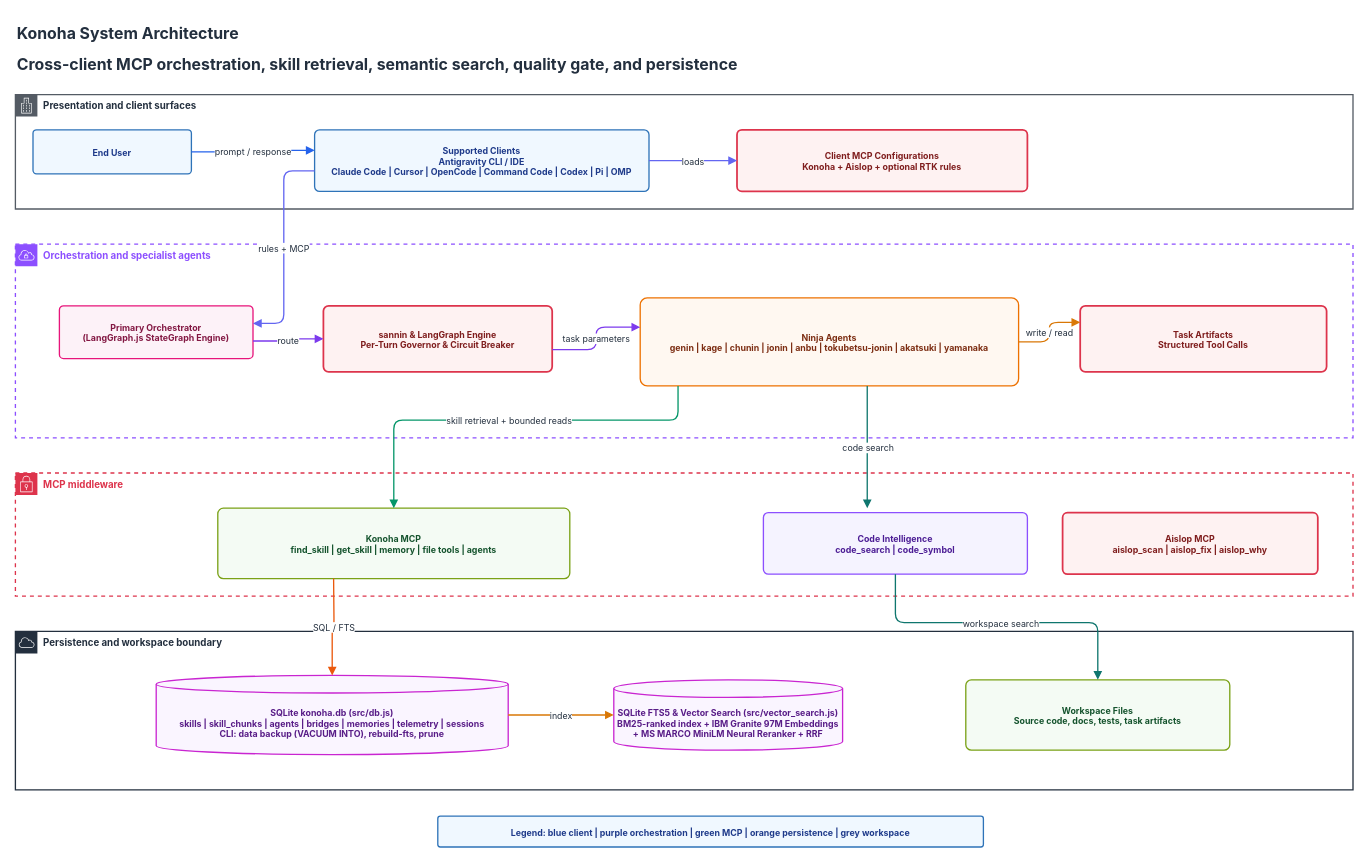
Above: page "01 System Architecture" (1 of 18) of docs/diagrams/konoha-infrastructure-architecture.drawio in andycungkrinx91/konoha (draw.io), before the change. Source tidied: cells renumbered, new cells numbered last; positions are measured from the earlier drawing's top-left corner, leaving out a move shared by most shapes. Both pictures are drawn from the tidied source at 88%, with x=0, y=0 at pixel (15, 15).
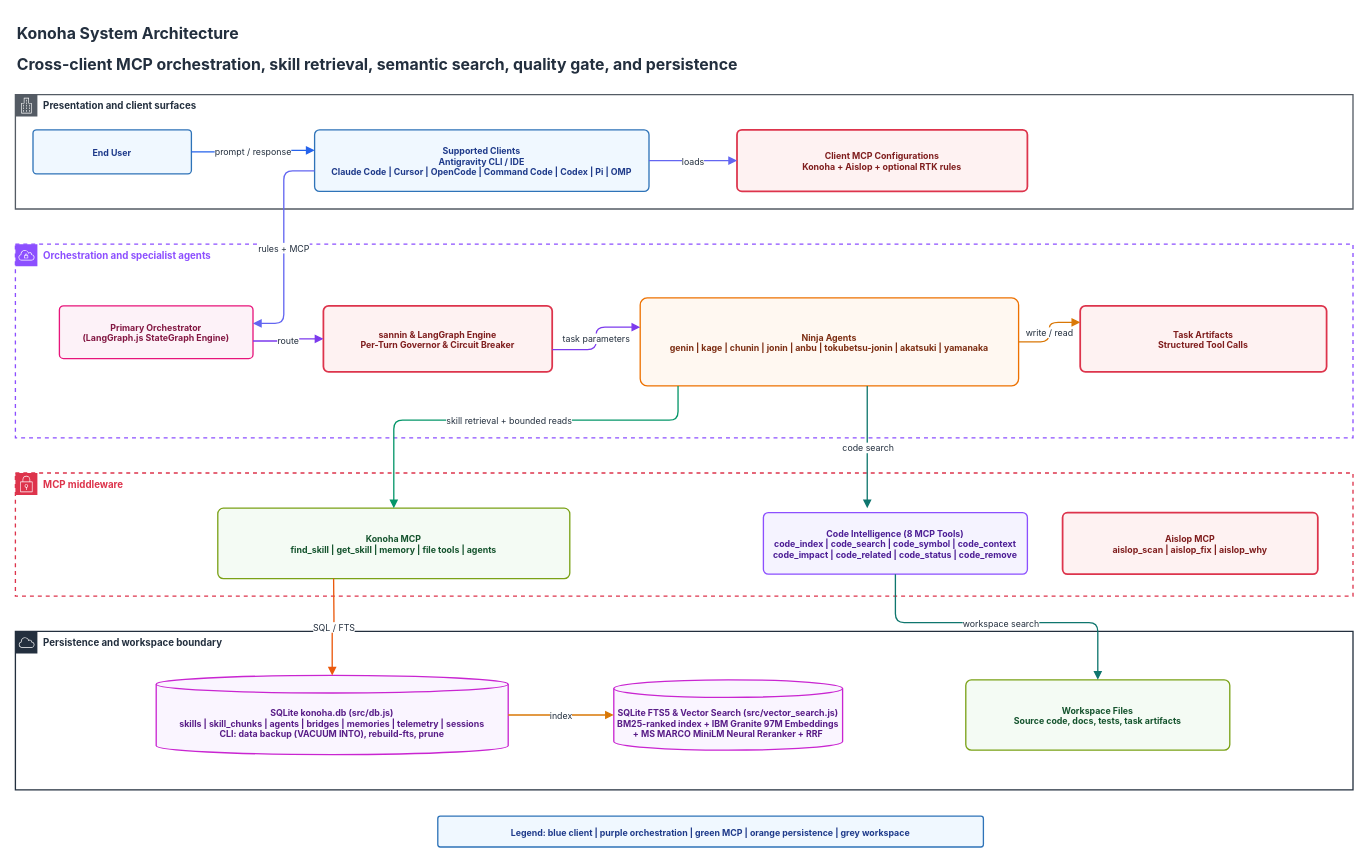
The same page after the edit.

The change refers to these unchanged cells:
```xml
<mxCell id="13" value="MCP middleware" style="shape=mxgraph.aws4.group;grIcon=mxgraph.aws4.group_security_group;strokeColor=#DD344C;fillColor=none;verticalAlign=top;align=left;spacingLeft=30;fontColor=#DD344C;dashed=1;strokeWidth=1.5;fontFamily=Inter, system-ui;fontSize=11;fontStyle=1;" parent="1" vertex="1">
  <mxGeometry y="520" width="1520" height="140" as="geometry" />
</mxCell>
```

Diff of the diagram source:
```diff
@@
-    <mxCell id="15" value="Code Intelligence&#10;code_search | code_symbol" style="rounded=1;arcSize=8;html=1;whiteSpace=wrap;fillColor=#F5F3FF;strokeColor=#8C4FFF;strokeWidth=1.5;fontFamily=Inter, system-ui, -apple-system;fontSize=10;fontColor=#4C1D95;fontStyle=1;shadow=0;" parent="13" vertex="1">
+    <mxCell id="15" value="Code Intelligence (8 MCP Tools)&#10;code_index | code_search | code_symbol | code_context&#10;code_impact | code_related | code_status | code_remove" style="rounded=1;arcSize=8;html=1;whiteSpace=wrap;fillColor=#F5F3FF;strokeColor=#8C4FFF;strokeWidth=1.5;fontFamily=Inter, system-ui, -apple-system;fontSize=10;fontColor=#4C1D95;fontStyle=1;shadow=0;" parent="13" vertex="1">
       <mxGeometry x="850" y="45" width="300" height="70" as="geometry" />
     </mxCell>
```
